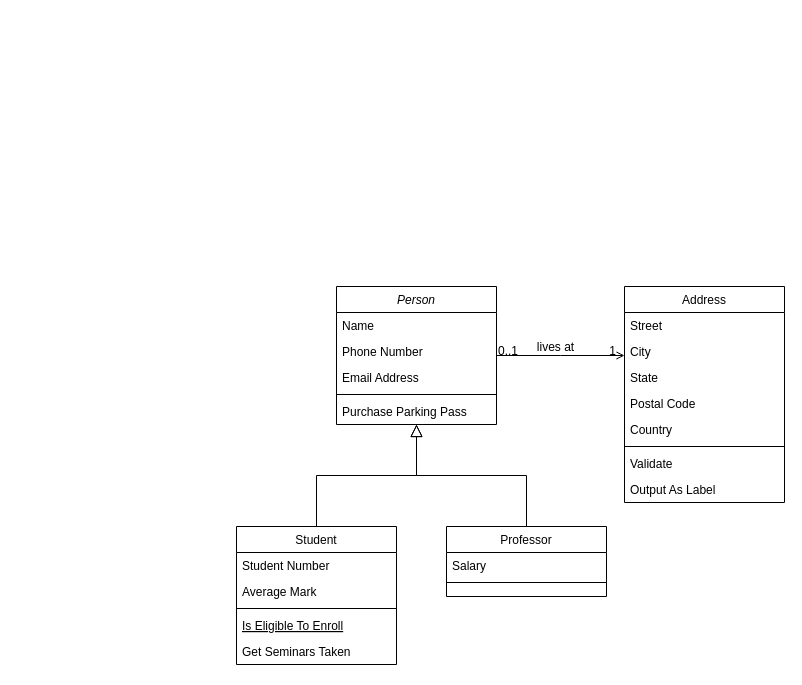
The draw.io diagram Untitled Diagram.drawio in bastiancortes/dotfiles, before the edit. Source tidied: cells renumbered, new cells numbered last; positions are measured from the earlier drawing's top-left corner, leaving out a move shared by most shapes. Both pictures are drawn from the tidied source at 100%, with x=0, y=0 at pixel (236, 286).
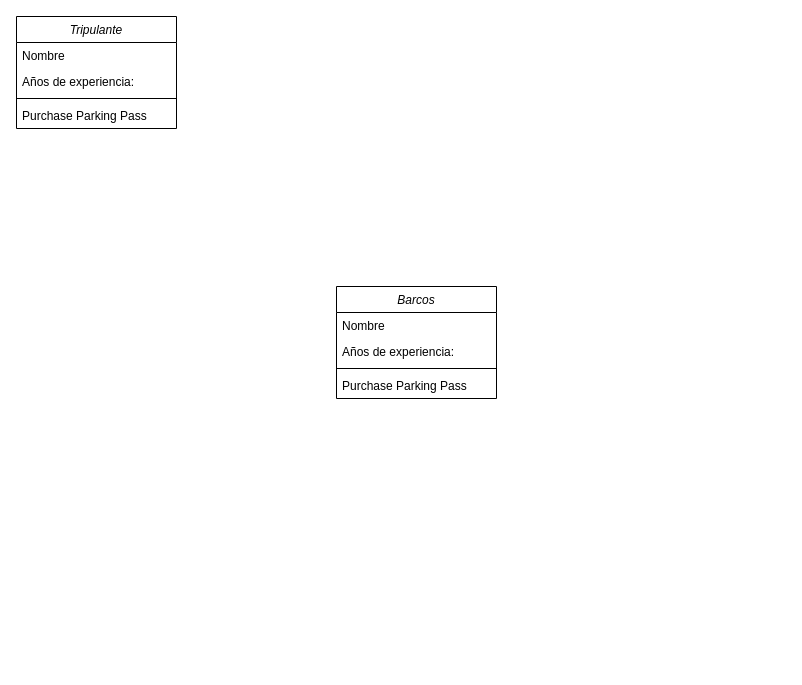
After the change.

Change to the diagram source:
```diff
@@
-    <mxCell id="2" value="Person" style="swimlane;fontStyle=2;align=center;verticalAlign=top;horizontal=1;startSize=26;rounded=0;shadow=0;strokeWidth=1;" parent="1" vertex="1">
-      <mxGeometry x="100" width="160" height="138" as="geometry" />
+    <mxCell id="2" value="Barcos" style="swimlane;fontStyle=2;align=center;verticalAlign=top;horizontal=1;startSize=26;rounded=0;shadow=0;strokeWidth=1;flipH=0;" parent="1" vertex="1">
+      <mxGeometry x="100" width="160" height="112" as="geometry" />
     </mxCell>
-    <mxCell id="3" value="Name" style="text;align=left;verticalAlign=top;spacingLeft=4;spacingRight=4;overflow=hidden;" parent="2" vertex="1">
+    <mxCell id="3" value="Nombre" style="text;align=left;verticalAlign=top;spacingLeft=4;spacingRight=4;overflow=hidden;" parent="2" vertex="1">
       <mxGeometry y="26" width="160" height="26" as="geometry" />
     </mxCell>
-    <mxCell id="4" value="Phone Number" style="text;align=left;verticalAlign=top;spacingLeft=4;spacingRight=4;overflow=hidden;rounded=0;shadow=0;html=0;" parent="2" vertex="1">
+    <mxCell id="4" value="Años de experiencia:" style="text;align=left;verticalAlign=top;spacingLeft=4;spacingRight=4;overflow=hidden;rounded=0;shadow=0;html=0;" parent="2" vertex="1">
       <mxGeometry y="52" width="160" height="26" as="geometry" />
     </mxCell>
-    <mxCell id="5" value="Email Address" style="text;align=left;verticalAlign=top;spacingLeft=4;spacingRight=4;overflow=hidden;rounded=0;shadow=0;html=0;" parent="2" vertex="1">
-      <mxGeometry y="78" width="160" height="26" as="geometry" />
-    </mxCell>
     <mxCell id="6" style="line;html=1;strokeWidth=1;align=left;verticalAlign=middle;spacingTop=-1;spacingLeft=3;spacingRight=3;labelPosition=right;" parent="2" vertex="1">
-      <mxGeometry y="104" width="160" height="8" as="geometry" />
+      <mxGeometry y="78" width="160" height="8" as="geometry" />
     </mxCell>
     <mxCell id="7" value="Purchase Parking Pass" style="text;align=left;verticalAlign=top;spacingLeft=4;spacingRight=4;overflow=hidden;" parent="2" vertex="1">
-      <mxGeometry y="112" width="160" height="26" as="geometry" />
+      <mxGeometry y="86" width="160" height="26" as="geometry" />
     </mxCell>
-    <mxCell id="8" value="Student" style="swimlane;fontStyle=0;align=center;verticalAlign=top;horizontal=1;startSize=26;rounded=0;shadow=0;strokeWidth=1;" parent="1" vertex="1">
-      <mxGeometry y="240" width="160" height="138" as="geometry" />
-    </mxCell>
-    <mxCell id="9" value="Student Number" style="text;align=left;verticalAlign=top;spacingLeft=4;spacingRight=4;overflow=hidden;" parent="8" vertex="1">
-      <mxGeometry y="26" width="160" height="26" as="geometry" />
-    </mxCell>
-    <mxCell id="10" value="Average Mark" style="text;align=left;verticalAlign=top;spacingLeft=4;spacingRight=4;overflow=hidden;rounded=0;shadow=0;html=0;" parent="8" vertex="1">
-      <mxGeometry y="52" width="160" height="26" as="geometry" />
-    </mxCell>
+    <mxCell id="32" value="Tripulante" style="swimlane;fontStyle=2;align=center;verticalAlign=top;horizontal=1;startSize=26;rounded=0;shadow=0;strokeWidth=1;" parent="1" vertex="1">
+      <mxGeometry x="-220" y="-270" width="160" height="112" as="geometry" />
+    </mxCell>
+    <mxCell id="33" value="Nombre" style="text;align=left;verticalAlign=top;spacingLeft=4;spacingRight=4;overflow=hidden;" parent="32" vertex="1">
+      <mxGeometry y="26" width="160" height="26" as="geometry" />
+    </mxCell>
+    <mxCell id="34" value="Años de experiencia:" style="text;align=left;verticalAlign=top;spacingLeft=4;spacingRight=4;overflow=hidden;rounded=0;shadow=0;html=0;" parent="32" vertex="1">
+      <mxGeometry y="52" width="160" height="26" as="geometry" />
+    </mxCell>
-    <mxCell id="11" style="line;html=1;strokeWidth=1;align=left;verticalAlign=middle;spacingTop=-1;spacingLeft=3;spacingRight=3;labelPosition=right;" parent="8" vertex="1">
+    <mxCell id="11" style="line;html=1;strokeWidth=1;align=left;verticalAlign=middle;spacingTop=-1;spacingLeft=3;spacingRight=3;labelPosition=right;" parent="32" vertex="1">
       <mxGeometry y="78" width="160" height="8" as="geometry" />
     </mxCell>
-    <mxCell id="12" value="Is Eligible To Enroll" style="text;align=left;verticalAlign=top;spacingLeft=4;spacingRight=4;overflow=hidden;fontStyle=4;" parent="8" vertex="1">
-      <mxGeometry y="86" width="160" height="26" as="geometry" />
-    </mxCell>
-    <mxCell id="13" value="Get Seminars Taken" style="text;align=left;verticalAlign=top;spacingLeft=4;spacingRight=4;overflow=hidden;" parent="8" vertex="1">
-      <mxGeometry y="112" width="160" height="26" as="geometry" />
-    </mxCell>
-    <mxCell id="14" style="endArrow=block;endSize=10;endFill=0;shadow=0;strokeWidth=1;rounded=0;edgeStyle=elbowEdgeStyle;elbow=vertical;" parent="1" edge="1" source="8" target="2">
-      <mxGeometry relative="1" as="geometry" />
-    </mxCell>
-    <mxCell id="15" value="Professor" style="swimlane;fontStyle=0;align=center;verticalAlign=top;horizontal=1;startSize=26;rounded=0;shadow=0;strokeWidth=1;" parent="1" vertex="1">
-      <mxGeometry x="210" y="240" width="160" height="70" as="geometry" />
-    </mxCell>
-    <mxCell id="16" value="Salary" style="text;align=left;verticalAlign=top;spacingLeft=4;spacingRight=4;overflow=hidden;" parent="15" vertex="1">
-      <mxGeometry y="26" width="160" height="26" as="geometry" />
-    </mxCell>
-    <mxCell id="17" style="line;html=1;strokeWidth=1;align=left;verticalAlign=middle;spacingTop=-1;spacingLeft=3;spacingRight=3;labelPosition=right;" parent="15" vertex="1">
-      <mxGeometry y="52" width="160" height="8" as="geometry" />
-    </mxCell>
-    <mxCell id="18" style="endArrow=block;endSize=10;endFill=0;shadow=0;strokeWidth=1;rounded=0;edgeStyle=elbowEdgeStyle;elbow=vertical;" parent="1" edge="1" source="15" target="2">
-      <mxGeometry relative="1" as="geometry" />
-    </mxCell>
-    <mxCell id="19" value="Address" style="swimlane;fontStyle=0;align=center;verticalAlign=top;horizontal=1;startSize=26;rounded=0;shadow=0;strokeWidth=1;" parent="1" vertex="1">
-      <mxGeometry x="388" width="160" height="216" as="geometry" />
-    </mxCell>
-    <mxCell id="20" value="Street" style="text;align=left;verticalAlign=top;spacingLeft=4;spacingRight=4;overflow=hidden;" parent="19" vertex="1">
-      <mxGeometry y="26" width="160" height="26" as="geometry" />
-    </mxCell>
-    <mxCell id="21" value="City" style="text;align=left;verticalAlign=top;spacingLeft=4;spacingRight=4;overflow=hidden;rounded=0;shadow=0;html=0;" parent="19" vertex="1">
-      <mxGeometry y="52" width="160" height="26" as="geometry" />
-    </mxCell>
-    <mxCell id="22" value="State" style="text;align=left;verticalAlign=top;spacingLeft=4;spacingRight=4;overflow=hidden;rounded=0;shadow=0;html=0;" parent="19" vertex="1">
-      <mxGeometry y="78" width="160" height="26" as="geometry" />
-    </mxCell>
-    <mxCell id="23" value="Postal Code" style="text;align=left;verticalAlign=top;spacingLeft=4;spacingRight=4;overflow=hidden;rounded=0;shadow=0;html=0;" parent="19" vertex="1">
-      <mxGeometry y="104" width="160" height="26" as="geometry" />
-    </mxCell>
-    <mxCell id="24" value="Country" style="text;align=left;verticalAlign=top;spacingLeft=4;spacingRight=4;overflow=hidden;rounded=0;shadow=0;html=0;" parent="19" vertex="1">
-      <mxGeometry y="130" width="160" height="26" as="geometry" />
-    </mxCell>
-    <mxCell id="25" style="line;html=1;strokeWidth=1;align=left;verticalAlign=middle;spacingTop=-1;spacingLeft=3;spacingRight=3;labelPosition=right;" parent="19" vertex="1">
-      <mxGeometry y="156" width="160" height="8" as="geometry" />
-    </mxCell>
-    <mxCell id="26" value="Validate" style="text;align=left;verticalAlign=top;spacingLeft=4;spacingRight=4;overflow=hidden;" parent="19" vertex="1">
-      <mxGeometry y="164" width="160" height="26" as="geometry" />
-    </mxCell>
-    <mxCell id="27" value="Output As Label" style="text;align=left;verticalAlign=top;spacingLeft=4;spacingRight=4;overflow=hidden;" parent="19" vertex="1">
-      <mxGeometry y="190" width="160" height="26" as="geometry" />
-    </mxCell>
-    <mxCell id="28" style="endArrow=open;shadow=0;strokeWidth=1;rounded=0;endFill=1;edgeStyle=elbowEdgeStyle;elbow=vertical;" parent="1" edge="1" source="2" target="19">
-      <mxGeometry x="0.5" y="41" relative="1" as="geometry">
-        <mxPoint x="-40" y="32" as="offset" />
-      </mxGeometry>
-    </mxCell>
-    <mxCell id="29" value="0..1" style="align=left;verticalAlign=bottom;labelBackgroundColor=none;fontSize=12;" parent="28" vertex="1">
-      <mxGeometry x="-1" relative="1" as="geometry">
-        <mxPoint y="4" as="offset" />
-      </mxGeometry>
-    </mxCell>
-    <mxCell id="30" value="1" style="align=right;verticalAlign=bottom;labelBackgroundColor=none;fontSize=12;" parent="28" vertex="1">
-      <mxGeometry x="1" relative="1" as="geometry">
-        <mxPoint x="-7" y="4" as="offset" />
-      </mxGeometry>
-    </mxCell>
-    <mxCell id="31" value="lives at" style="text;html=1;align=center;verticalAlign=middle;labelBackgroundColor=none;rounded=0;shadow=0;strokeWidth=1;fontSize=12;" parent="28" vertex="1">
-      <mxGeometry x="0.5" y="49" relative="1" as="geometry">
-        <mxPoint x="-38" y="40" as="offset" />
-      </mxGeometry>
-    </mxCell>
+    <mxCell id="35" value="Purchase Parking Pass" style="text;align=left;verticalAlign=top;spacingLeft=4;spacingRight=4;overflow=hidden;" parent="32" vertex="1">
+      <mxGeometry y="86" width="160" height="26" as="geometry" />
+    </mxCell>
```
